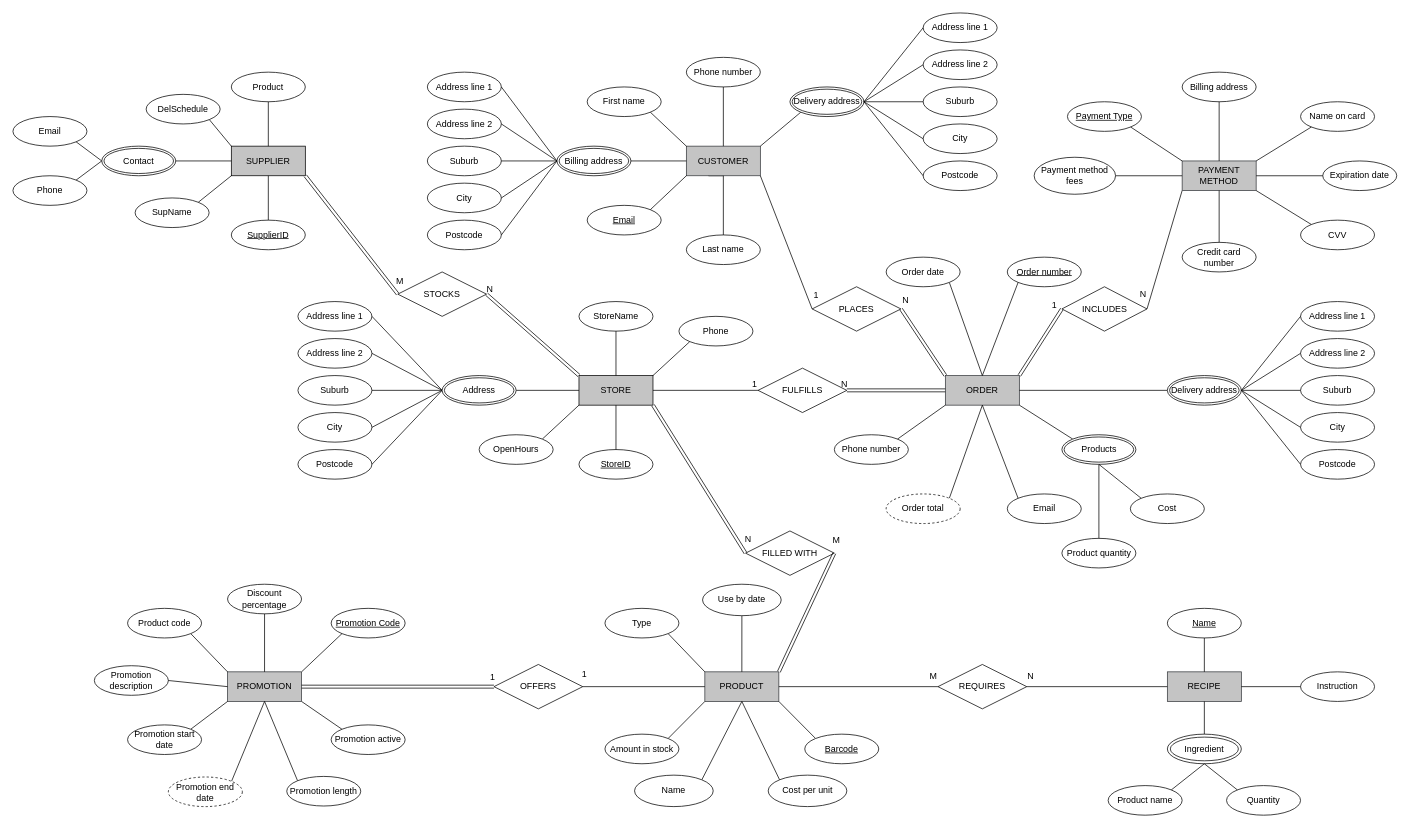
ThibaudARoy/Group5EntityRelationshipDiagram keeps this draw.io diagram as online_food_store.drawio. Above is the earlier version. Source tidied: cells renumbered, new cells numbered last; positions are measured from the earlier drawing's top-left corner, leaving out a move shared by most shapes. Both pictures are drawn from the tidied source at 74%, with x=0, y=0 at pixel (13, 13).
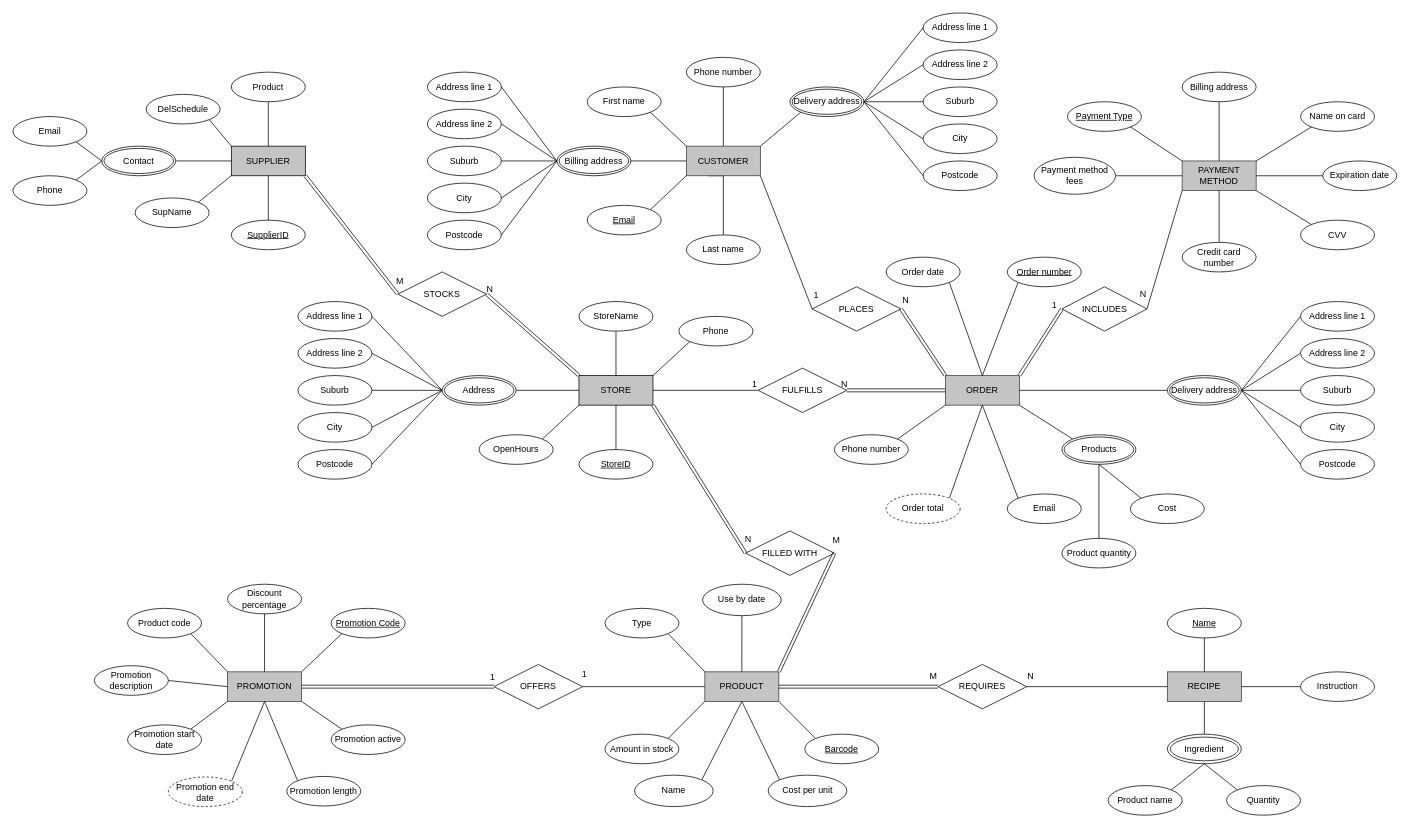
The same page after the edit.

Commit message:
format once more

The change refers to these unchanged cells:
```xml
<mxCell id="146" value="PRODUCT" style="whiteSpace=wrap;html=1;align=center;fillColor=#C4C4C4;strokeColor=#36393d;" parent="1" vertex="1">
  <mxGeometry x="935" y="890.4" width="100" height="40" as="geometry" />
</mxCell>
<mxCell id="176" value="REQUIRES" style="shape=rhombus;perimeter=rhombusPerimeter;whiteSpace=wrap;html=1;align=center;" parent="1" vertex="1">
  <mxGeometry x="1250" y="880.4" width="120" height="60" as="geometry" />
</mxCell>
```

The edit, as a diff of the source:
```diff
@@
-    <mxCell id="180" style="endArrow=none;html=1;rounded=0;entryX=0;entryY=0.5;entryDx=0;entryDy=0;exitX=1;exitY=0.5;exitDx=0;exitDy=0;" parent="1" edge="1" source="146" target="176">
+    <mxCell id="180" style="shape=link;endArrow=none;html=1;rounded=0;entryX=0;entryY=0.5;entryDx=0;entryDy=0;exitX=1;exitY=0.5;exitDx=0;exitDy=0;" parent="1" edge="1" source="146" target="176">
       <mxGeometry relative="1" as="geometry" />
     </mxCell>
```
